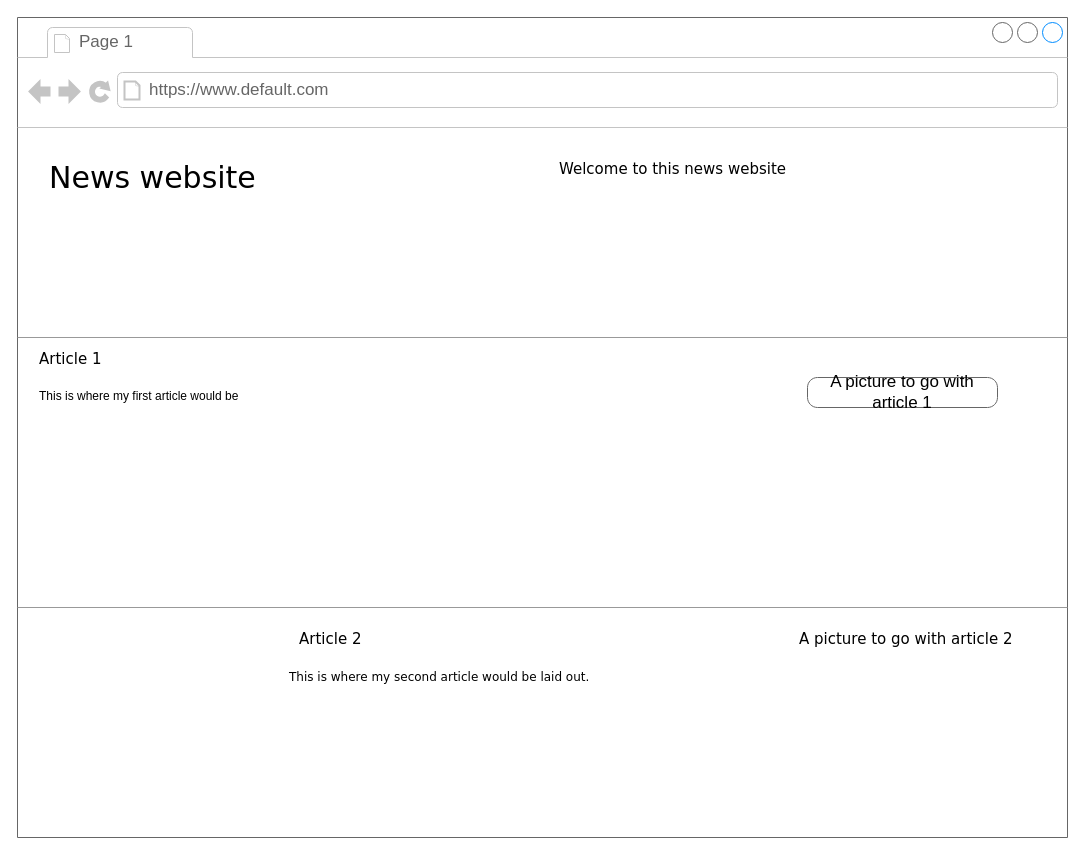
dfain2018/dfain2018.github.io keeps this draw.io diagram as Untitled Diagram.drawio. Above is the earlier version. Source tidied: cells renumbered, new cells numbered last; positions are measured from the earlier drawing's top-left corner, leaving out a move shared by most shapes. Both pictures are drawn from the tidied source at 100%, with x=0, y=0 at pixel (17, 17).
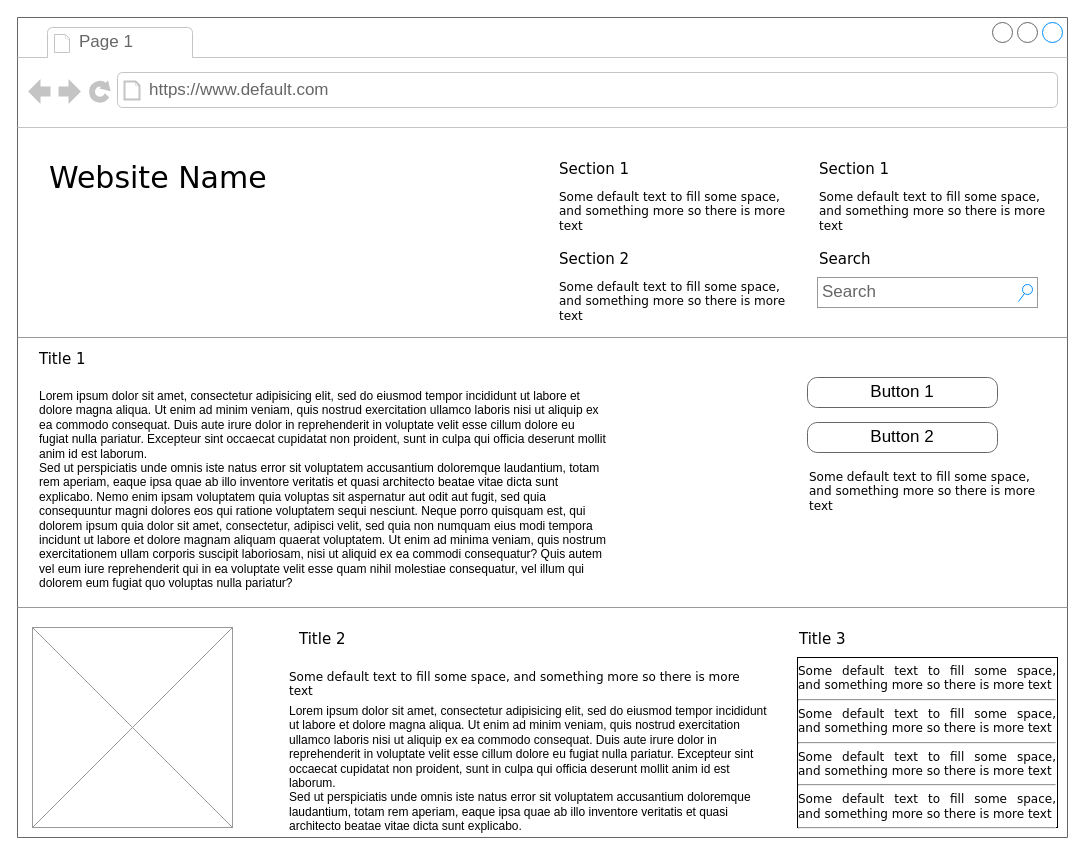
The same page after the edit.

The change refers to these unchanged cells:
```xml
<mxCell id="2" style="strokeWidth=1;shadow=0;dashed=0;align=center;html=1;shape=mxgraph.mockup.containers.browserWindow;rSize=0;strokeColor=#666666;mainText=,;rounded=0;labelBackgroundColor=none;fontFamily=Verdana;fontSize=12;" parent="1" vertex="1">
  <mxGeometry width="1050" height="820" as="geometry" />
</mxCell>
```

Diff of the diagram source:
```diff
@@
-    <mxCell id="5" value="News website" style="text;html=1;align=left;verticalAlign=top;spacingTop=-4;fontSize=30;fontFamily=Verdana;" parent="2" vertex="1">
+    <mxCell id="5" value="Website Name" style="text;html=1;align=left;verticalAlign=top;spacingTop=-4;fontSize=30;fontFamily=Verdana;" parent="2" vertex="1">
       <mxGeometry x="30" y="140" width="340" height="50" as="geometry" />
     </mxCell>
-    <mxCell id="6" value="Welcome to this news website" style="text;html=1;align=left;verticalAlign=top;spacingTop=-4;fontSize=15;fontFamily=Verdana;" parent="2" vertex="1">
+    <mxCell id="6" value="Section 1" style="text;html=1;align=left;verticalAlign=top;spacingTop=-4;fontSize=15;fontFamily=Verdana;" parent="2" vertex="1">
       <mxGeometry x="540" y="140" width="170" height="30" as="geometry" />
     </mxCell>
+    <mxCell id="15" value="Some default text to fill some space, and&amp;nbsp;&lt;span&gt;something more so there is more text&lt;/span&gt;" style="text;html=1;align=left;verticalAlign=top;spacingTop=-4;fontSize=12;fontFamily=Verdana;whiteSpace=wrap;" parent="2" vertex="1">
+      <mxGeometry x="540" y="170" width="240" height="40" as="geometry" />
+    </mxCell>
+    <mxCell id="16" value="Section 2" style="text;html=1;align=left;verticalAlign=top;spacingTop=-4;fontSize=15;fontFamily=Verdana;" parent="2" vertex="1">
+      <mxGeometry x="540" y="230" width="170" height="30" as="geometry" />
+    </mxCell>
+    <mxCell id="17" value="Some default text to fill some space, and&amp;nbsp;&lt;span&gt;something more so there is more text&lt;/span&gt;" style="text;html=1;align=left;verticalAlign=top;spacingTop=-4;fontSize=12;fontFamily=Verdana;whiteSpace=wrap;" parent="2" vertex="1">
+      <mxGeometry x="540" y="260" width="240" height="40" as="geometry" />
+    </mxCell>
+    <mxCell id="18" value="Section 1" style="text;html=1;align=left;verticalAlign=top;spacingTop=-4;fontSize=15;fontFamily=Verdana;" parent="2" vertex="1">
+      <mxGeometry x="800" y="140" width="170" height="30" as="geometry" />
+    </mxCell>
+    <mxCell id="19" value="Some default text to fill some space, and&amp;nbsp;&lt;span&gt;something more so there is more text&lt;/span&gt;" style="text;html=1;align=left;verticalAlign=top;spacingTop=-4;fontSize=12;fontFamily=Verdana;whiteSpace=wrap;" parent="2" vertex="1">
+      <mxGeometry x="800" y="170" width="240" height="40" as="geometry" />
+    </mxCell>
+    <mxCell id="20" value="Search" style="text;html=1;align=left;verticalAlign=top;spacingTop=-4;fontSize=15;fontFamily=Verdana;" parent="2" vertex="1">
+      <mxGeometry x="800" y="230" width="170" height="30" as="geometry" />
+    </mxCell>
+    <mxCell id="21" value="Search" style="strokeWidth=1;shadow=0;dashed=0;align=center;html=1;shape=mxgraph.mockup.forms.searchBox;strokeColor=#999999;mainText=;strokeColor2=#008cff;fontColor=#666666;fontSize=17;align=left;spacingLeft=3;rounded=0;labelBackgroundColor=none;" parent="2" vertex="1">
+      <mxGeometry x="800" y="260" width="220" height="30" as="geometry" />
+    </mxCell>
@@
-    <mxCell id="8" value="Article 1" style="text;html=1;align=left;verticalAlign=top;spacingTop=-4;fontSize=15;fontFamily=Verdana;" parent="2" vertex="1">
+    <mxCell id="8" value="Title 1" style="text;html=1;align=left;verticalAlign=top;spacingTop=-4;fontSize=15;fontFamily=Verdana;" parent="2" vertex="1">
       <mxGeometry x="20" y="330" width="170" height="30" as="geometry" />
     </mxCell>
-    <mxCell id="9" value="This is where my first article would be" style="text;spacingTop=-5;whiteSpace=wrap;html=1;align=left;fontSize=12;fontFamily=Helvetica;fillColor=none;strokeColor=none;rounded=0;shadow=1;labelBackgroundColor=none;" parent="2" vertex="1">
+    <mxCell id="9" value="Lorem ipsum dolor sit amet, consectetur adipisicing elit, sed do eiusmod tempor incididunt ut labore et dolore magna aliqua. Ut enim ad minim veniam, quis nostrud exercitation ullamco laboris nisi ut aliquip ex ea commodo consequat. Duis aute irure dolor in reprehenderit in voluptate velit esse cillum dolore eu fugiat nulla pariatur. Excepteur sint occaecat cupidatat non proident, sunt in culpa qui officia deserunt mollit anim id est laborum.&#10;Sed ut perspiciatis unde omnis iste natus error sit voluptatem accusantium doloremque laudantium, totam rem aperiam, eaque ipsa quae ab illo inventore veritatis et quasi architecto beatae vitae dicta sunt explicabo. Nemo enim ipsam voluptatem quia voluptas sit aspernatur aut odit aut fugit, sed quia consequuntur magni dolores eos qui ratione voluptatem sequi nesciunt. Neque porro quisquam est, qui dolorem ipsum quia dolor sit amet, consectetur, adipisci velit, sed quia non numquam eius modi tempora incidunt ut labore et dolore magnam aliquam quaerat voluptatem. Ut enim ad minima veniam, quis nostrum exercitationem ullam corporis suscipit laboriosam, nisi ut aliquid ex ea commodi consequatur? Quis autem vel eum iure reprehenderit qui in ea voluptate velit esse quam nihil molestiae consequatur, vel illum qui dolorem eum fugiat quo voluptas nulla pariatur?" style="text;spacingTop=-5;whiteSpace=wrap;html=1;align=left;fontSize=12;fontFamily=Helvetica;fillColor=none;strokeColor=none;rounded=0;shadow=1;labelBackgroundColor=none;" parent="2" vertex="1">
       <mxGeometry x="20" y="370" width="570" height="240" as="geometry" />
     </mxCell>
-    <mxCell id="10" value="A picture to go with article 1" style="strokeWidth=1;shadow=0;dashed=0;align=center;html=1;shape=mxgraph.mockup.buttons.button;strokeColor=#666666;mainText=;buttonStyle=round;fontSize=17;fontStyle=0;fillColor=none;whiteSpace=wrap;rounded=0;labelBackgroundColor=none;" parent="2" vertex="1">
+    <mxCell id="10" value="Button 1" style="strokeWidth=1;shadow=0;dashed=0;align=center;html=1;shape=mxgraph.mockup.buttons.button;strokeColor=#666666;mainText=;buttonStyle=round;fontSize=17;fontStyle=0;fillColor=none;whiteSpace=wrap;rounded=0;labelBackgroundColor=none;" parent="2" vertex="1">
       <mxGeometry x="790" y="360" width="190" height="30" as="geometry" />
     </mxCell>
+    <mxCell id="22" value="Button 2" style="strokeWidth=1;shadow=0;dashed=0;align=center;html=1;shape=mxgraph.mockup.buttons.button;strokeColor=#666666;mainText=;buttonStyle=round;fontSize=17;fontStyle=0;fillColor=none;whiteSpace=wrap;rounded=0;labelBackgroundColor=none;" parent="2" vertex="1">
+      <mxGeometry x="790" y="405" width="190" height="30" as="geometry" />
+    </mxCell>
+    <mxCell id="23" value="Some default text to fill some space, and&amp;nbsp;&lt;span&gt;something more so there is more text&lt;/span&gt;" style="text;html=1;align=left;verticalAlign=top;spacingTop=-4;fontSize=12;fontFamily=Verdana;whiteSpace=wrap;" parent="2" vertex="1">
+      <mxGeometry x="790" y="450" width="240" height="40" as="geometry" />
+    </mxCell>
@@
+    <mxCell id="24" style="verticalLabelPosition=bottom;shadow=0;dashed=0;align=center;html=1;verticalAlign=top;strokeWidth=1;shape=mxgraph.mockup.graphics.simpleIcon;strokeColor=#999999;fillColor=#ffffff;rounded=0;labelBackgroundColor=none;fontFamily=Verdana;fontSize=12;fontColor=#000000;" parent="2" vertex="1">
+      <mxGeometry x="15" y="610" width="200" height="200" as="geometry" />
+    </mxCell>
-    <mxCell id="12" value="Article 2" style="text;html=1;align=left;verticalAlign=top;spacingTop=-4;fontSize=15;fontFamily=Verdana;" parent="2" vertex="1">
+    <mxCell id="12" value="Title 2" style="text;html=1;align=left;verticalAlign=top;spacingTop=-4;fontSize=15;fontFamily=Verdana;" parent="2" vertex="1">
       <mxGeometry x="280" y="610" width="170" height="30" as="geometry" />
     </mxCell>
-    <mxCell id="13" value="A picture to go with article 2" style="text;html=1;align=left;verticalAlign=top;spacingTop=-4;fontSize=15;fontFamily=Verdana;" parent="2" vertex="1">
+    <mxCell id="13" value="Title 3" style="text;html=1;align=left;verticalAlign=top;spacingTop=-4;fontSize=15;fontFamily=Verdana;" parent="2" vertex="1">
       <mxGeometry x="780" y="610" width="170" height="30" as="geometry" />
     </mxCell>
+    <mxCell id="25" value="&lt;div style=&quot;text-align: justify&quot;&gt;&lt;span&gt;Some default text to fill some space, and&amp;nbsp;&lt;/span&gt;&lt;span&gt;something more so there is more text&lt;/span&gt;&lt;/div&gt;&lt;div style=&quot;text-align: justify&quot;&gt;&lt;hr id=&quot;null&quot; style=&quot;text-align: justify&quot;&gt;&lt;span&gt;&lt;div style=&quot;text-align: justify&quot;&gt;&lt;span&gt;Some default text to fill some space, and&amp;nbsp;&lt;/span&gt;&lt;span&gt;something more so there is more text&lt;/span&gt;&lt;/div&gt;&lt;/span&gt;&lt;/div&gt;&lt;hr id=&quot;null&quot; style=&quot;text-align: justify&quot;&gt;&lt;span&gt;&lt;div style=&quot;text-align: justify&quot;&gt;&lt;span&gt;Some default text to fill some space, and&amp;nbsp;&lt;/span&gt;&lt;span&gt;something more so there is more text&lt;/span&gt;&lt;/div&gt;&lt;/span&gt;&lt;hr id=&quot;null&quot; style=&quot;text-align: justify&quot;&gt;&lt;span&gt;&lt;div style=&quot;text-align: justify&quot;&gt;&lt;span&gt;Some default text to fill some space, and&amp;nbsp;&lt;/span&gt;&lt;span&gt;something more so there is more text&lt;/span&gt;&lt;/div&gt;&lt;/span&gt;&lt;hr id=&quot;null&quot; style=&quot;text-align: left&quot;&gt;" style="whiteSpace=wrap;html=1;rounded=0;shadow=0;labelBackgroundColor=none;strokeWidth=1;fontFamily=Verdana;fontSize=12;align=center;verticalAlign=top;" parent="2" vertex="1">
+      <mxGeometry x="780" y="640" width="260" height="170" as="geometry" />
+    </mxCell>
-    <mxCell id="14" value="This is where my second article would be laid out." style="text;html=1;align=left;verticalAlign=top;spacingTop=-4;fontSize=12;fontFamily=Verdana;whiteSpace=wrap;" parent="2" vertex="1">
+    <mxCell id="14" value="Some default text to fill some space, and&amp;nbsp;&lt;span&gt;something more so there is more text&lt;/span&gt;" style="text;html=1;align=left;verticalAlign=top;spacingTop=-4;fontSize=12;fontFamily=Verdana;whiteSpace=wrap;" parent="2" vertex="1">
       <mxGeometry x="270" y="650" width="470" height="40" as="geometry" />
     </mxCell>
+    <mxCell id="26" value="Lorem ipsum dolor sit amet, consectetur adipisicing elit, sed do eiusmod tempor incididunt ut labore et dolore magna aliqua. Ut enim ad minim veniam, quis nostrud exercitation ullamco laboris nisi ut aliquip ex ea commodo consequat. Duis aute irure dolor in reprehenderit in voluptate velit esse cillum dolore eu fugiat nulla pariatur. Excepteur sint occaecat cupidatat non proident, sunt in culpa qui officia deserunt mollit anim id est laborum.&lt;br&gt;Sed ut perspiciatis unde omnis iste natus error sit voluptatem accusantium doloremque laudantium, totam rem aperiam, eaque ipsa quae ab illo inventore veritatis et quasi architecto beatae vitae dicta sunt explicabo.&amp;nbsp;" style="text;spacingTop=-5;whiteSpace=wrap;html=1;align=left;fontSize=12;fontFamily=Helvetica;fillColor=none;strokeColor=none;rounded=0;shadow=1;labelBackgroundColor=none;" parent="1" vertex="1">
+      <mxGeometry x="270" y="685" width="490" height="125" as="geometry" />
+    </mxCell>
```
